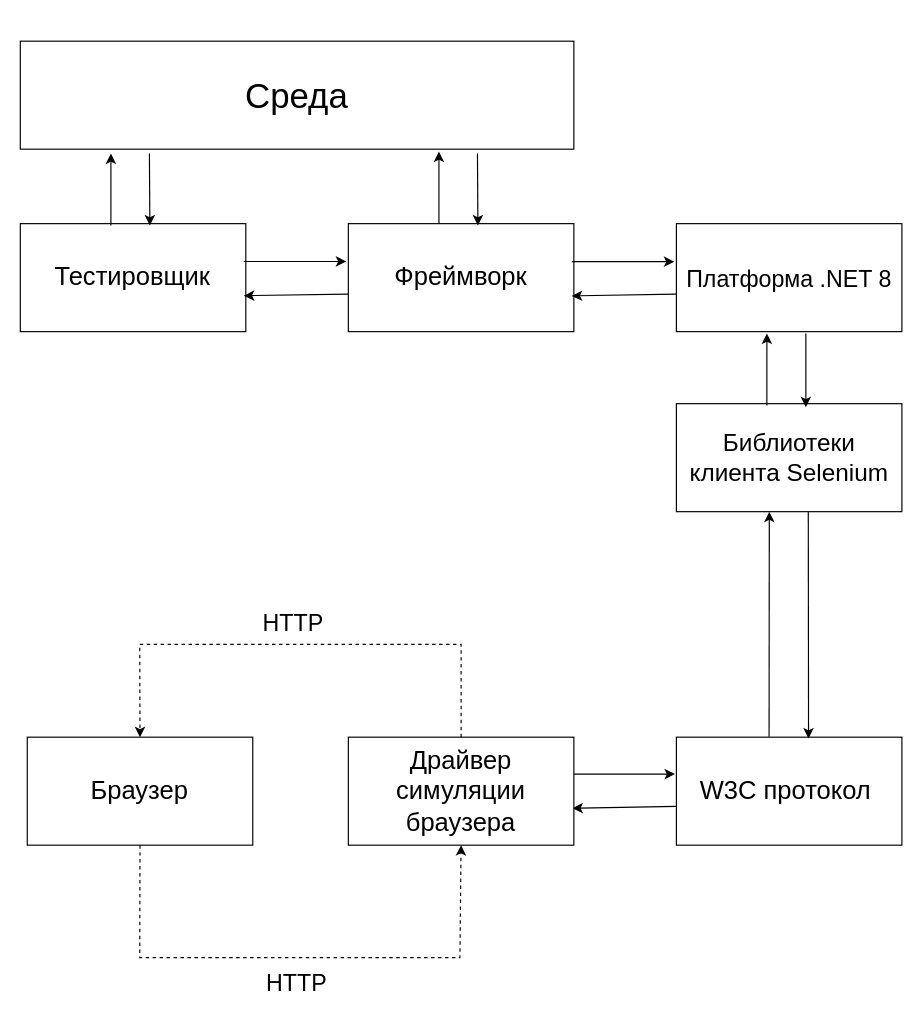
Earlier version of the draw.io diagram Графика/Структурная схема счкс тестировщик.drawio (alexeysirko/MySeleniumFramework). Source tidied: cells renumbered, new cells numbered last; positions are measured from the earlier drawing's top-left corner, leaving out a move shared by most shapes. Both pictures are drawn from the tidied source at 116%, with x=0, y=0 at pixel (20, 41).
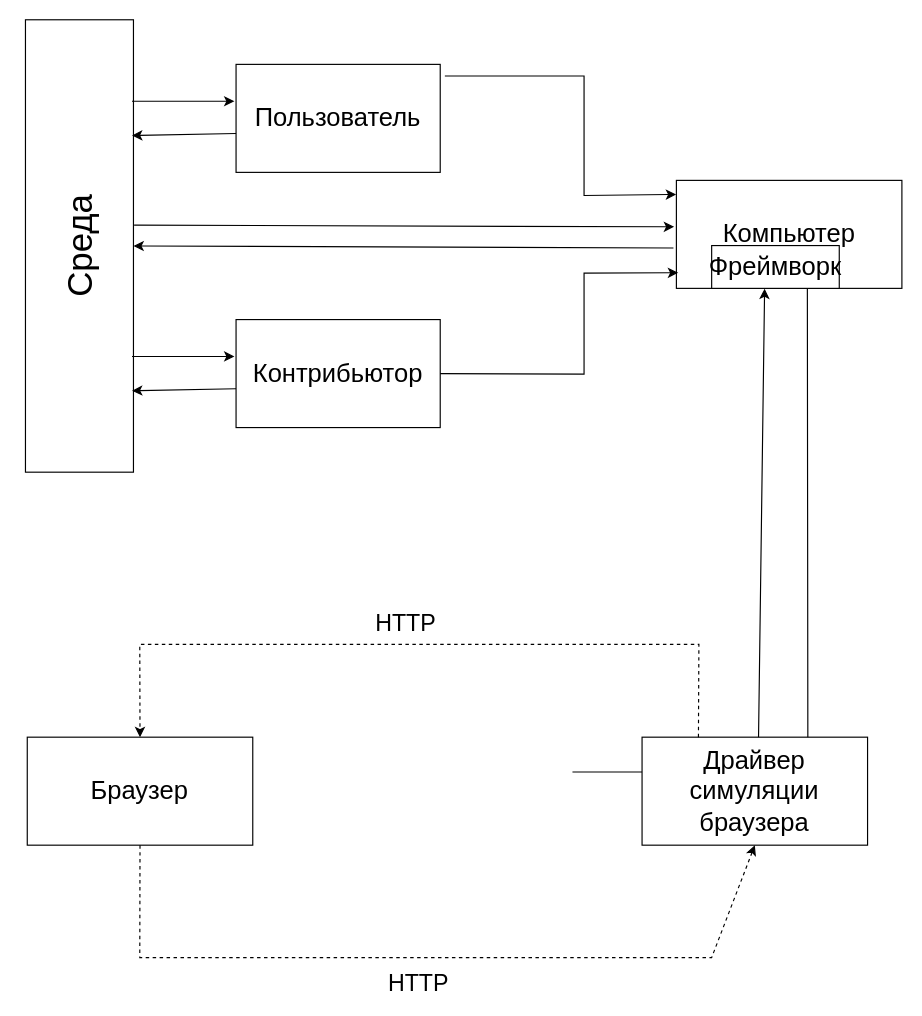
After the change.

Commit message (it also covers changes not shown here):
Исправил еще раз второй раздел

The change refers to these unchanged cells:
```xml
<mxCell id="23" value="&lt;font style=&quot;font-size: 22px;&quot;&gt;Браузер&lt;/font&gt;" style="rounded=0;whiteSpace=wrap;html=1;" parent="1" vertex="1">
  <mxGeometry x="6" y="600" width="194.4" height="93.1" as="geometry" />
</mxCell>
```

What changed in the source:
```diff
@@
-    <mxCell id="2" value="&lt;font style=&quot;font-size: 22px;&quot;&gt;Тестировщик&lt;/font&gt;" style="rounded=0;whiteSpace=wrap;html=1;" parent="1" vertex="1">
-      <mxGeometry y="157.3" width="194.4" height="93.1" as="geometry" />
+    <mxCell id="2" value="&lt;span style=&quot;font-size: 22px;&quot;&gt;Пользователь&lt;/span&gt;" style="rounded=0;whiteSpace=wrap;html=1;" parent="1" vertex="1">
+      <mxGeometry x="186" y="20" width="176" height="93.1" as="geometry" />
     </mxCell>
-    <mxCell id="3" value="&lt;font style=&quot;font-size: 30px;&quot;&gt;Среда&lt;/font&gt;" style="rounded=0;whiteSpace=wrap;html=1;" parent="1" vertex="1">
-      <mxGeometry width="477.2" height="93.1" as="geometry" />
+    <mxCell id="3" value="&lt;font style=&quot;font-size: 30px;&quot;&gt;Среда&lt;/font&gt;" style="rounded=0;whiteSpace=wrap;html=1;rotation=-90;" parent="1" vertex="1">
+      <mxGeometry x="-144" y="130" width="390" height="93.1" as="geometry" />
     </mxCell>
-    <mxCell id="4" value="&lt;font style=&quot;font-size: 22px;&quot;&gt;Фреймворк&lt;/font&gt;" style="rounded=0;whiteSpace=wrap;html=1;" parent="1" vertex="1">
-      <mxGeometry x="282.8" y="157.3" width="194.4" height="93.1" as="geometry" />
-    </mxCell>
-    <mxCell id="5" style="endArrow=classic;html=1;rounded=0;exitX=1;exitY=0.25;exitDx=0;exitDy=0;entryX=0;entryY=0.25;entryDx=0;entryDy=0;" parent="1" edge="1">
-      <mxGeometry relative="1" as="geometry">
-        <mxPoint x="192.7" y="189.9" as="sourcePoint" />
-        <mxPoint x="281" y="189.9" as="targetPoint" />
-      </mxGeometry>
-    </mxCell>
-    <mxCell id="6" style="endArrow=classic;html=1;rounded=0;exitX=0;exitY=0.653;exitDx=0;exitDy=0;exitPerimeter=0;" parent="1" edge="1" source="4">
-      <mxGeometry relative="1" as="geometry">
-        <mxPoint x="192.7" y="219.4" as="targetPoint" />
-      </mxGeometry>
-    </mxCell>
-    <mxCell id="7" value="&lt;font style=&quot;font-size: 20px;&quot;&gt;Платформа .NET 8&lt;/font&gt;" style="rounded=0;whiteSpace=wrap;html=1;" parent="1" vertex="1">
-      <mxGeometry x="565.6" y="157.3" width="194.4" height="93.1" as="geometry" />
-    </mxCell>
     <mxCell id="8" style="endArrow=classic;html=1;rounded=0;exitX=1;exitY=0.25;exitDx=0;exitDy=0;entryX=0;entryY=0.25;entryDx=0;entryDy=0;" parent="1" edge="1">
       <mxGeometry relative="1" as="geometry">
-        <mxPoint x="475.4" y="190.1" as="sourcePoint" />
-        <mxPoint x="563.8" y="190.1" as="targetPoint" />
+        <mxPoint x="96.3" y="271.8" as="sourcePoint" />
+        <mxPoint x="184.6" y="271.8" as="targetPoint" />
       </mxGeometry>
     </mxCell>
-    <mxCell id="9" style="endArrow=classic;html=1;rounded=0;exitX=-0.002;exitY=0.652;exitDx=0;exitDy=0;exitPerimeter=0;" parent="1" edge="1" source="7">
+    <mxCell id="9" style="endArrow=classic;html=1;rounded=0;exitX=-0.002;exitY=0.652;exitDx=0;exitDy=0;exitPerimeter=0;" parent="1" edge="1">
       <mxGeometry relative="1" as="geometry">
-        <mxPoint x="475.4" y="219.6" as="targetPoint" />
+        <mxPoint x="186" y="299.6" as="sourcePoint" />
+        <mxPoint x="96.3" y="301.3" as="targetPoint" />
       </mxGeometry>
     </mxCell>
-    <mxCell id="10" value="&lt;font style=&quot;font-size: 21px;&quot;&gt;Библиотеки клиента Selenium&lt;/font&gt;" style="rounded=0;whiteSpace=wrap;html=1;" parent="1" vertex="1">
-      <mxGeometry x="565.6" y="312.5" width="194.4" height="93.1" as="geometry" />
-    </mxCell>
-    <mxCell id="11" style="endArrow=classic;html=1;rounded=0;exitX=0.624;exitY=0.994;exitDx=0;exitDy=0;entryX=0.847;entryY=0.022;entryDx=0;entryDy=0;exitPerimeter=0;entryPerimeter=0;" parent="1" edge="1">
-      <mxGeometry relative="1" as="geometry">
-        <mxPoint x="677.2" y="252" as="sourcePoint" />
-        <mxPoint x="677.2" y="315.6" as="targetPoint" />
-      </mxGeometry>
-    </mxCell>
-    <mxCell id="12" style="endArrow=classic;html=1;rounded=0;entryX=0.455;entryY=1;entryDx=0;entryDy=0;entryPerimeter=0;" parent="1" edge="1">
-      <mxGeometry relative="1" as="geometry">
-        <mxPoint x="643.6" y="314" as="sourcePoint" />
-        <mxPoint x="643.6" y="252" as="targetPoint" />
-      </mxGeometry>
-    </mxCell>
-    <mxCell id="13" value="&lt;font style=&quot;font-size: 22px;&quot;&gt;W3C протокол&amp;nbsp;&lt;/font&gt;" style="rounded=0;whiteSpace=wrap;html=1;" parent="1" vertex="1">
-      <mxGeometry x="565.6" y="600" width="194.4" height="93.1" as="geometry" />
-    </mxCell>
-    <mxCell id="14" style="endArrow=classic;html=1;rounded=0;entryX=0.847;entryY=0.022;entryDx=0;entryDy=0;entryPerimeter=0;" parent="1" edge="1">
-      <mxGeometry relative="1" as="geometry">
-        <mxPoint x="111.3" y="96.8" as="sourcePoint" />
-        <mxPoint x="111.7" y="158.9" as="targetPoint" />
-      </mxGeometry>
-    </mxCell>
-    <mxCell id="15" style="endArrow=classic;html=1;rounded=0;entryX=0.455;entryY=1;entryDx=0;entryDy=0;entryPerimeter=0;" parent="1" edge="1">
-      <mxGeometry relative="1" as="geometry">
-        <mxPoint x="78.1" y="158.9" as="sourcePoint" />
-        <mxPoint x="78.1" y="96.8" as="targetPoint" />
-      </mxGeometry>
-    </mxCell>
-    <mxCell id="16" style="endArrow=classic;html=1;rounded=0;entryX=0.847;entryY=0.022;entryDx=0;entryDy=0;entryPerimeter=0;" parent="1" edge="1">
-      <mxGeometry relative="1" as="geometry">
-        <mxPoint x="394.1" y="96.8" as="sourcePoint" />
-        <mxPoint x="394.5" y="158.9" as="targetPoint" />
-      </mxGeometry>
-    </mxCell>
-    <mxCell id="17" style="endArrow=classic;html=1;rounded=0;entryX=0.455;entryY=1;entryDx=0;entryDy=0;entryPerimeter=0;" parent="1" edge="1">
-      <mxGeometry relative="1" as="geometry">
-        <mxPoint x="360.9" y="157.3" as="sourcePoint" />
-        <mxPoint x="360.9" y="95.2" as="targetPoint" />
-      </mxGeometry>
-    </mxCell>
-    <mxCell id="18" style="endArrow=classic;html=1;rounded=0;exitX=0.624;exitY=0.994;exitDx=0;exitDy=0;entryX=0.586;entryY=0.012;entryDx=0;entryDy=0;exitPerimeter=0;entryPerimeter=0;" parent="1" edge="1" target="13">
+    <mxCell id="18" style="endArrow=classic;html=1;rounded=0;entryX=1;entryY=0.75;entryDx=0;entryDy=0;exitX=0.75;exitY=1;exitDx=0;exitDy=0;" parent="1" edge="1" source="4" target="22">
       <mxGeometry relative="1" as="geometry">
-        <mxPoint x="679.3" y="405.6" as="sourcePoint" />
+        <Array as="points">
+          <mxPoint x="679" y="670" />
+        </Array>
       </mxGeometry>
     </mxCell>
-    <mxCell id="19" style="endArrow=classic;html=1;rounded=0;entryX=0.455;entryY=1;entryDx=0;entryDy=0;entryPerimeter=0;exitX=0.411;exitY=-0.003;exitDx=0;exitDy=0;exitPerimeter=0;" parent="1" edge="1" source="13">
+    <mxCell id="19" style="endArrow=classic;html=1;rounded=0;entryX=0.415;entryY=1.006;entryDx=0;entryDy=0;entryPerimeter=0;" parent="1" edge="1" target="4">
       <mxGeometry relative="1" as="geometry">
-        <mxPoint x="645.7" y="405.6" as="targetPoint" />
+        <mxPoint x="476" y="630" as="sourcePoint" />
+        <Array as="points">
+          <mxPoint x="636" y="630" />
+        </Array>
       </mxGeometry>
     </mxCell>
-    <mxCell id="20" style="endArrow=classic;html=1;rounded=0;exitX=1;exitY=0.25;exitDx=0;exitDy=0;entryX=0;entryY=0.25;entryDx=0;entryDy=0;" parent="1" edge="1">
-      <mxGeometry relative="1" as="geometry">
-        <mxPoint x="476" y="631.8" as="sourcePoint" />
-        <mxPoint x="564.4" y="631.8" as="targetPoint" />
-      </mxGeometry>
-    </mxCell>
-    <mxCell id="21" style="endArrow=classic;html=1;rounded=0;exitX=-0.002;exitY=0.652;exitDx=0;exitDy=0;exitPerimeter=0;" parent="1" edge="1">
-      <mxGeometry relative="1" as="geometry">
-        <mxPoint x="565.6" y="659.7" as="sourcePoint" />
-        <mxPoint x="476" y="661.3" as="targetPoint" />
-      </mxGeometry>
-    </mxCell>
     <mxCell id="22" value="&lt;font style=&quot;font-size: 22px;&quot;&gt;Драйвер симуляции браузера&lt;/font&gt;" style="rounded=0;whiteSpace=wrap;html=1;" parent="1" vertex="1">
-      <mxGeometry x="282.8" y="600" width="194.4" height="93.1" as="geometry" />
+      <mxGeometry x="536" y="600" width="194.4" height="93.1" as="geometry" />
     </mxCell>
@@
-    <mxCell id="24" style="endArrow=classic;html=1;rounded=0;exitX=0.5;exitY=0;exitDx=0;exitDy=0;entryX=0.5;entryY=0;entryDx=0;entryDy=0;dashed=1;" parent="1" edge="1" source="22" target="23">
+    <mxCell id="24" style="endArrow=classic;html=1;rounded=0;exitX=0.25;exitY=0;exitDx=0;exitDy=0;entryX=0.5;entryY=0;entryDx=0;entryDy=0;dashed=1;" parent="1" edge="1" source="22" target="23">
       <mxGeometry relative="1" as="geometry">
         <Array as="points">
+          <mxPoint x="585" y="520" />
           <mxPoint x="380" y="520" />
           <mxPoint x="103" y="520" />
         </Array>
       </mxGeometry>
     </mxCell>
@@
     <mxCell id="26" style="endArrow=classic;html=1;rounded=0;dashed=1;exitX=0.5;exitY=1;exitDx=0;exitDy=0;entryX=0.5;entryY=1;entryDx=0;entryDy=0;" parent="1" edge="1" source="23" target="22">
       <mxGeometry relative="1" as="geometry">
         <Array as="points">
           <mxPoint x="103" y="790" />
-          <mxPoint x="379" y="790" />
+          <mxPoint x="596" y="790" />
         </Array>
       </mxGeometry>
     </mxCell>
@@
+    <mxCell id="28" value="&lt;font style=&quot;font-size: 22px;&quot;&gt;Контрибьютор&lt;/font&gt;" style="rounded=0;whiteSpace=wrap;html=1;" parent="1" vertex="1">
+      <mxGeometry x="186" y="240" width="176" height="93.1" as="geometry" />
+    </mxCell>
+    <mxCell id="29" style="endArrow=classic;html=1;rounded=0;exitX=1;exitY=0.25;exitDx=0;exitDy=0;entryX=0;entryY=0.25;entryDx=0;entryDy=0;" parent="1" edge="1">
+      <mxGeometry relative="1" as="geometry">
+        <mxPoint x="96.3" y="51.8" as="sourcePoint" />
+        <mxPoint x="184.6" y="51.8" as="targetPoint" />
+      </mxGeometry>
+    </mxCell>
+    <mxCell id="30" style="endArrow=classic;html=1;rounded=0;exitX=-0.002;exitY=0.652;exitDx=0;exitDy=0;exitPerimeter=0;" parent="1" edge="1">
+      <mxGeometry relative="1" as="geometry">
+        <mxPoint x="186" y="79.6" as="sourcePoint" />
+        <mxPoint x="96.3" y="81.3" as="targetPoint" />
+      </mxGeometry>
+    </mxCell>
+    <mxCell id="31" value="&lt;font style=&quot;font-size: 22px;&quot;&gt;Компьютер&lt;/font&gt;" style="rounded=0;whiteSpace=wrap;html=1;" parent="1" vertex="1">
+      <mxGeometry x="565.6" y="120" width="194.4" height="93.1" as="geometry" />
+    </mxCell>
+    <mxCell id="32" style="endArrow=classic;html=1;rounded=0;exitX=1;exitY=0.5;exitDx=0;exitDy=0;entryX=0.008;entryY=0.855;entryDx=0;entryDy=0;entryPerimeter=0;" parent="1" edge="1" source="28" target="31">
+      <mxGeometry relative="1" as="geometry">
+        <Array as="points">
+          <mxPoint x="486" y="287" />
+          <mxPoint x="486" y="200" />
+        </Array>
+      </mxGeometry>
+    </mxCell>
+    <mxCell id="33" style="endArrow=classic;html=1;rounded=0;entryX=-0.001;entryY=0.13;entryDx=0;entryDy=0;entryPerimeter=0;" parent="1" edge="1" target="31">
+      <mxGeometry relative="1" as="geometry">
+        <mxPoint x="366" y="30" as="sourcePoint" />
+        <Array as="points">
+          <mxPoint x="486" y="30" />
+          <mxPoint x="486" y="133" />
+        </Array>
+      </mxGeometry>
+    </mxCell>
+    <mxCell id="34" style="endArrow=classic;html=1;rounded=0;exitX=-0.013;exitY=0.626;exitDx=0;exitDy=0;exitPerimeter=0;entryX=0.5;entryY=1;entryDx=0;entryDy=0;" parent="1" edge="1" source="31" target="3">
+      <mxGeometry relative="1" as="geometry" />
+    </mxCell>
+    <mxCell id="35" style="endArrow=classic;html=1;rounded=0;exitX=0.546;exitY=1.006;exitDx=0;exitDy=0;exitPerimeter=0;entryX=-0.01;entryY=0.43;entryDx=0;entryDy=0;entryPerimeter=0;" parent="1" edge="1" source="3" target="31">
+      <mxGeometry relative="1" as="geometry" />
+    </mxCell>
+    <mxCell id="4" value="&lt;font style=&quot;font-size: 22px;&quot;&gt;Фреймворк&lt;/font&gt;" style="rounded=0;whiteSpace=wrap;html=1;" parent="1" vertex="1">
+      <mxGeometry x="596" y="176.2" width="110" height="36.9" as="geometry" />
+    </mxCell>
```
